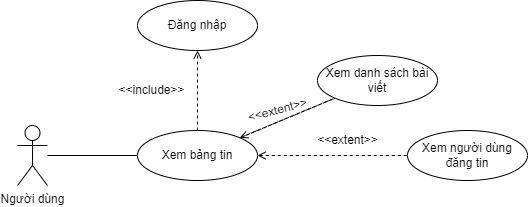
Before: usecase diagram/diễn đàn-xem bảng tin.drawio.png, a diagram exported from draw.io (kienndhn/draw-io). Source tidied: cells renumbered, new cells last; positions are measured from the earlier drawing's top-left corner, leaving out a move shared by most shapes.
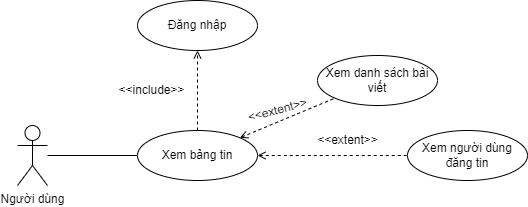
After the change.

The edit, as a diff of the source:
```diff
@@ -8,12 +8,9 @@
     <mxCell id="3" value="Người dùng" style="shape=umlActor;verticalLabelPosition=bottom;verticalAlign=top;html=1;outlineConnect=0;" parent="1" vertex="1">
       <mxGeometry y="125" width="30" height="60" as="geometry" />
     </mxCell>
-    <mxCell id="4" style="rounded=0;jettySize=auto;html=1;endArrow=none;endFill=0;dashed=1;" parent="1" edge="1" source="8" target="9">
+    <mxCell id="4" style="rounded=0;jettySize=auto;html=1;endArrow=none;endFill=0;dashed=1;startArrow=open;startFill=0;" parent="1" edge="1" source="8" target="9">
       <mxGeometry relative="1" as="geometry" />
     </mxCell>
-    <mxCell id="5" style="edgeStyle=none;rounded=0;jettySize=auto;html=1;dashed=1;endArrow=none;endFill=0;startArrow=open;startFill=0;" parent="1" edge="1" source="8" target="9">
-      <mxGeometry relative="1" as="geometry" />
-    </mxCell>
     <mxCell id="6" style="edgeStyle=none;rounded=0;jettySize=auto;html=1;dashed=1;endArrow=none;endFill=0;startArrow=open;startFill=0;" parent="1" edge="1" source="8" target="10">
       <mxGeometry relative="1" as="geometry" />
     </mxCell>
```
